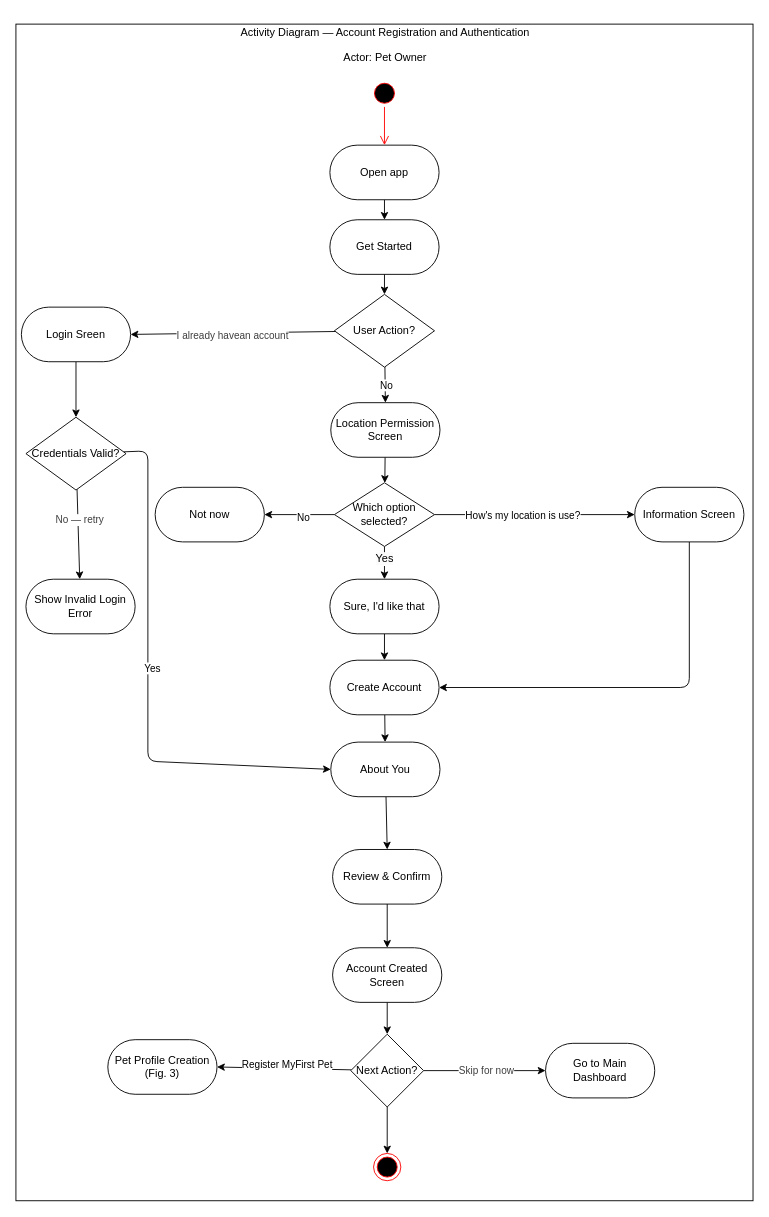
Above: ActivityDiagram_Figure1_USALLA.drawio in Chels013/Breedr-Diagrams (draw.io), before the change. Source tidied: cells renumbered, new cells numbered last; positions are measured from the earlier drawing's top-left corner, leaving out a move shared by most shapes. Both pictures are drawn from the tidied source at 91%, with x=0, y=0 at pixel (15, 24).
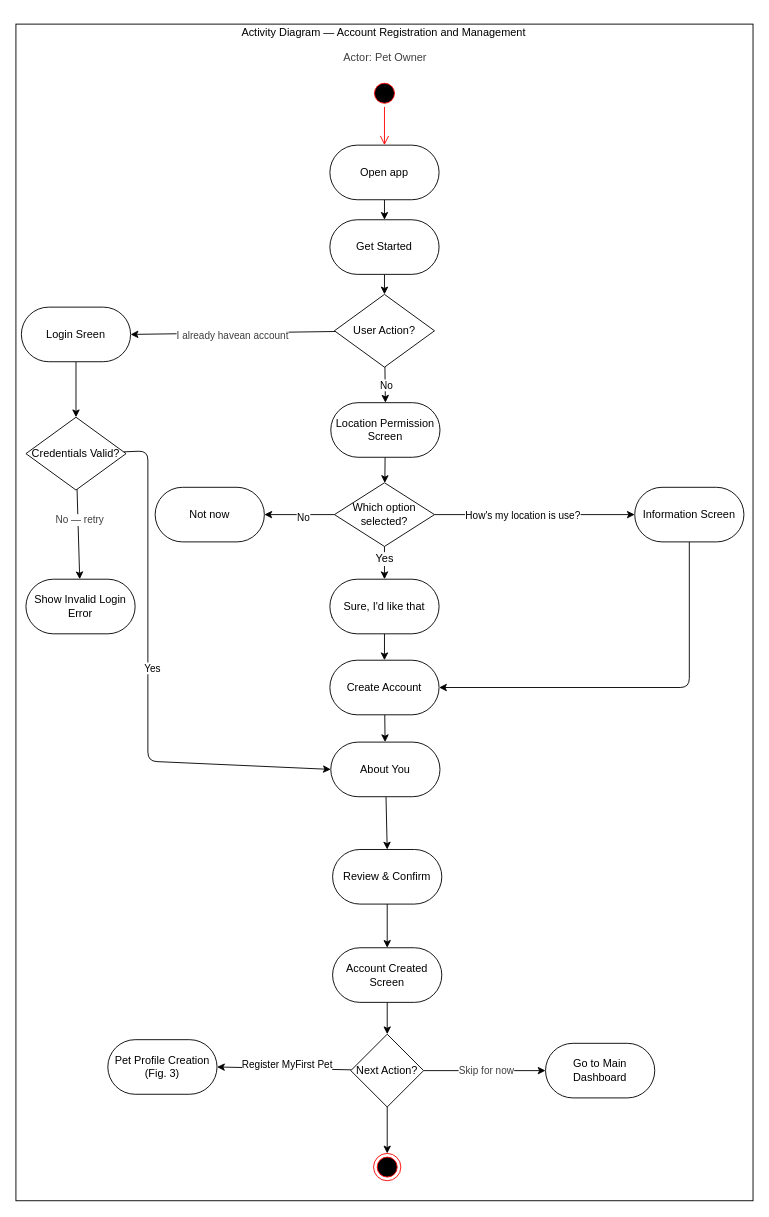
The same page after the edit.

Commit message (it also covers changes not shown here):
Rename Activity Diagrams

Diff of the diagram source:
```diff
@@
-    <mxCell id="7" value="&lt;p&gt;Activity Diagram — Account Registration and Authentication&lt;/p&gt;&lt;p&gt;Actor: Pet Owner&lt;/p&gt;" style="text;html=1;align=center;verticalAlign=middle;whiteSpace=wrap;rounded=0;" parent="1" vertex="1">
+    <mxCell id="7" value="&lt;p&gt;Activity Diagram — Account Registration and Management&amp;nbsp;&lt;/p&gt;&lt;p&gt;&lt;span style=&quot;color: rgb(63, 63, 63); background-color: transparent;&quot;&gt;Actor: Pet Owner&lt;/span&gt;&lt;/p&gt;" style="text;html=1;align=center;verticalAlign=middle;whiteSpace=wrap;rounded=0;" parent="1" vertex="1">
       <mxGeometry x="197" y="8" width="418" height="30" as="geometry" />
     </mxCell>
```
